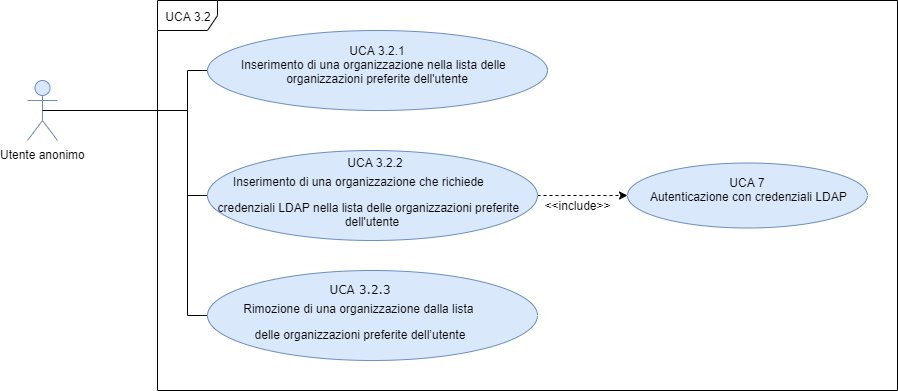
Above: DocumentazioneEsterna/AnalisiRequisiti/sezioni/UseCase/Immagini/UCA3.2.png in qb-team/Stalker-Documentazione (draw.io), before the change. Source tidied: cells renumbered, new cells last; positions are measured from the earlier drawing's top-left corner, leaving out a move shared by most shapes.
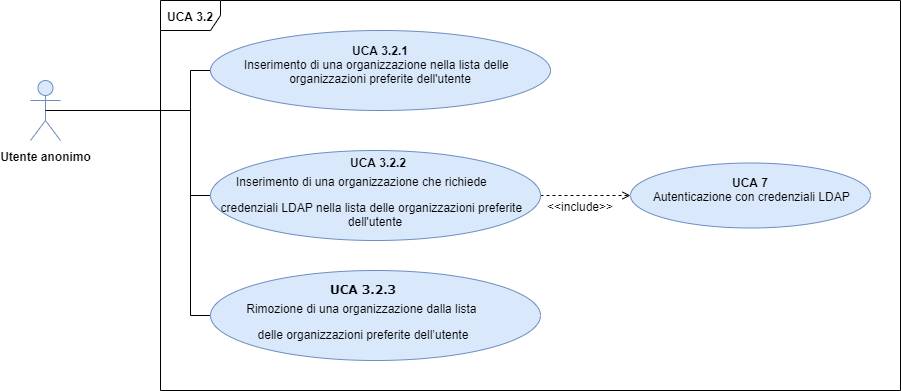
The same diagram one commit later.

What changed in the source:
```diff
@@ -2,10 +2,10 @@
   <root>
     <mxCell id="0" />
     <mxCell id="1" parent="0" />
-    <mxCell id="2" value="UCA 3.2" style="shape=umlFrame;whiteSpace=wrap;html=1;fontSize=12;" parent="1" vertex="1">
+    <mxCell id="2" value="&lt;b&gt;UCA 3.2&lt;/b&gt;" style="shape=umlFrame;whiteSpace=wrap;html=1;fontSize=12;" parent="1" vertex="1">
       <mxGeometry x="130" width="740" height="390" as="geometry" />
     </mxCell>
-    <mxCell id="3" value="Utente anonimo" style="shape=umlActor;verticalLabelPosition=bottom;labelBackgroundColor=#ffffff;verticalAlign=top;html=1;outlineConnect=0;fillColor=#dae8fc;strokeColor=#6c8ebf;fontSize=12;" parent="1" vertex="1">
+    <mxCell id="3" value="&lt;b&gt;Utente anonimo&lt;/b&gt;" style="shape=umlActor;verticalLabelPosition=bottom;labelBackgroundColor=#ffffff;verticalAlign=top;html=1;outlineConnect=0;fillColor=#dae8fc;strokeColor=#6c8ebf;fontSize=12;" parent="1" vertex="1">
       <mxGeometry y="80" width="30" height="60" as="geometry" />
     </mxCell>
     <mxCell id="4" style="edgeStyle=orthogonalEdgeStyle;rounded=0;jettySize=auto;html=1;exitX=0;exitY=0.5;exitDx=0;exitDy=0;endArrow=none;endFill=0;fontSize=12;" parent="1" edge="1" source="5">
@@ -17,7 +17,7 @@
         </Array>
       </mxGeometry>
     </mxCell>
-    <mxCell id="5" value="&lt;div style=&quot;font-size: 12px&quot;&gt;&lt;font style=&quot;font-size: 12px&quot;&gt;&lt;span style=&quot;font-size: 12px&quot;&gt;UCA 3.2.1&lt;/span&gt;&lt;/font&gt;&lt;/div&gt;&lt;div style=&quot;text-indent: -24px&quot;&gt;&amp;nbsp; &amp;nbsp; &amp;nbsp;Inserimento di una organizzazione nella lista delle organizzazioni preferite dell'utente&lt;br&gt;&lt;/div&gt;&lt;p class=&quot;MsoListParagraph&quot; style=&quot;text-indent: -18pt ; font-size: 12px&quot;&gt;&lt;/p&gt;" style="ellipse;whiteSpace=wrap;html=1;fillColor=#dae8fc;strokeColor=#6c8ebf;fontSize=12;" parent="1" vertex="1">
+    <mxCell id="5" value="&lt;div style=&quot;font-size: 12px&quot;&gt;&lt;font style=&quot;font-size: 12px&quot;&gt;&lt;span style=&quot;font-size: 12px&quot;&gt;&lt;b&gt;UCA 3.2.1&lt;/b&gt;&lt;/span&gt;&lt;/font&gt;&lt;/div&gt;&lt;div style=&quot;text-indent: -24px&quot;&gt;&amp;nbsp; &amp;nbsp; &amp;nbsp;Inserimento di una organizzazione nella lista delle organizzazioni preferite dell'utente&lt;br&gt;&lt;/div&gt;&lt;p class=&quot;MsoListParagraph&quot; style=&quot;text-indent: -18pt ; font-size: 12px&quot;&gt;&lt;/p&gt;" style="ellipse;whiteSpace=wrap;html=1;fillColor=#dae8fc;strokeColor=#6c8ebf;fontSize=12;" parent="1" vertex="1">
       <mxGeometry x="180" y="30" width="340" height="80" as="geometry" />
     </mxCell>
     <mxCell id="6" style="edgeStyle=orthogonalEdgeStyle;rounded=0;jettySize=auto;html=1;exitX=0;exitY=0.5;exitDx=0;exitDy=0;endArrow=none;endFill=0;fontSize=12;entryX=0.5;entryY=0.5;entryDx=0;entryDy=0;entryPerimeter=0;" parent="1" edge="1" source="8" target="3">
@@ -28,10 +28,10 @@
         </Array>
       </mxGeometry>
     </mxCell>
-    <mxCell id="7" style="edgeStyle=orthogonalEdgeStyle;rounded=0;jettySize=auto;html=1;entryX=0;entryY=0.5;entryDx=0;entryDy=0;endArrow=classic;endFill=1;dashed=1;exitX=1;exitY=0.5;exitDx=0;exitDy=0;" parent="1" edge="1" source="8" target="11">
+    <mxCell id="7" style="edgeStyle=orthogonalEdgeStyle;rounded=0;jettySize=auto;html=1;entryX=0;entryY=0.5;entryDx=0;entryDy=0;endArrow=open;endFill=0;dashed=1;exitX=1;exitY=0.5;exitDx=0;exitDy=0;" parent="1" edge="1" source="8" target="11">
       <mxGeometry relative="1" as="geometry" />
     </mxCell>
-    <mxCell id="8" value="&lt;p class=&quot;MsoListParagraph&quot; style=&quot;text-indent: -18pt ; line-height: 0%&quot;&gt;&amp;nbsp; &amp;nbsp; &amp;nbsp; &amp;nbsp; &amp;nbsp; UCA 3.2.2&amp;nbsp;&lt;/p&gt;&lt;p class=&quot;MsoListParagraph&quot; style=&quot;text-indent: -18pt ; line-height: 120%&quot;&gt;Inserimento di una organizzazione che&amp;nbsp;&lt;span style=&quot;text-indent: -18pt&quot;&gt;richiede&amp;nbsp;&lt;/span&gt;&lt;/p&gt;&lt;p class=&quot;MsoListParagraph&quot; style=&quot;text-indent: -18pt ; line-height: 120%&quot;&gt;&lt;span style=&quot;text-indent: -18pt ; line-height: 50%&quot;&gt;&amp;nbsp; &amp;nbsp; &amp;nbsp;credenziali LDAP nella lista delle organizzazioni preferite dell'utente&lt;/span&gt;&lt;/p&gt;" style="ellipse;whiteSpace=wrap;html=1;fillColor=#dae8fc;strokeColor=#6c8ebf;fontSize=12;align=center;" parent="1" vertex="1">
+    <mxCell id="8" value="&lt;p class=&quot;MsoListParagraph&quot; style=&quot;text-indent: -18pt ; line-height: 0%&quot;&gt;&amp;nbsp; &amp;nbsp; &amp;nbsp; &amp;nbsp; &amp;nbsp; &lt;b&gt;UCA 3.2.2&amp;nbsp;&lt;/b&gt;&lt;/p&gt;&lt;p class=&quot;MsoListParagraph&quot; style=&quot;text-indent: -18pt ; line-height: 120%&quot;&gt;Inserimento di una organizzazione che&amp;nbsp;&lt;span style=&quot;text-indent: -18pt&quot;&gt;richiede&amp;nbsp;&lt;/span&gt;&lt;/p&gt;&lt;p class=&quot;MsoListParagraph&quot; style=&quot;text-indent: -18pt ; line-height: 120%&quot;&gt;&lt;span style=&quot;text-indent: -18pt ; line-height: 50%&quot;&gt;&amp;nbsp; &amp;nbsp; &amp;nbsp;credenziali LDAP nella lista delle organizzazioni preferite dell'utente&lt;/span&gt;&lt;/p&gt;" style="ellipse;whiteSpace=wrap;html=1;fillColor=#dae8fc;strokeColor=#6c8ebf;fontSize=12;align=center;" parent="1" vertex="1">
       <mxGeometry x="180" y="150" width="330" height="90" as="geometry" />
     </mxCell>
     <mxCell id="9" style="edgeStyle=orthogonalEdgeStyle;rounded=0;jettySize=auto;html=1;exitX=0;exitY=0.5;exitDx=0;exitDy=0;endArrow=none;endFill=0;" parent="1" edge="1" source="10">
@@ -39,10 +39,10 @@
         <mxPoint x="160" y="190" as="targetPoint" />
       </mxGeometry>
     </mxCell>
-    <mxCell id="10" value="&lt;p class=&quot;MsoListParagraph&quot; style=&quot;text-indent: -18pt ; font-size: 12px ; line-height: 0%&quot;&gt;&lt;span style=&quot;font-family: &amp;#34;verdana&amp;#34; ; text-indent: -18pt&quot;&gt;UCA 3.2.3&lt;/span&gt;&lt;br&gt;&lt;/p&gt;&lt;p class=&quot;MsoListParagraph&quot; style=&quot;text-indent: -18pt ; font-size: 12px&quot;&gt;&lt;span style=&quot;text-indent: -18pt ; line-height: 90%&quot;&gt;Rimozione di una organizzazione dalla&amp;nbsp;&lt;/span&gt;&lt;span&gt;lista&amp;nbsp;&lt;/span&gt;&lt;/p&gt;&lt;p class=&quot;MsoListParagraph&quot; style=&quot;text-indent: -18pt ; font-size: 12px&quot;&gt;&lt;span&gt;delle organizzazioni preferite&amp;nbsp;&lt;/span&gt;&lt;span style=&quot;text-indent: -18pt&quot;&gt;dell’utente&lt;/span&gt;&lt;/p&gt;" style="ellipse;whiteSpace=wrap;html=1;fillColor=#dae8fc;strokeColor=#6c8ebf;fontSize=12;align=center;" parent="1" vertex="1">
+    <mxCell id="10" value="&lt;p class=&quot;MsoListParagraph&quot; style=&quot;text-indent: -18pt ; font-size: 12px ; line-height: 0%&quot;&gt;&lt;span style=&quot;font-family: &amp;#34;verdana&amp;#34; ; text-indent: -18pt&quot;&gt;&lt;b&gt;UCA 3.2.3&lt;/b&gt;&lt;/span&gt;&lt;br&gt;&lt;/p&gt;&lt;p class=&quot;MsoListParagraph&quot; style=&quot;text-indent: -18pt ; font-size: 12px&quot;&gt;&lt;span style=&quot;text-indent: -18pt ; line-height: 90%&quot;&gt;Rimozione di una organizzazione dalla&amp;nbsp;&lt;/span&gt;&lt;span&gt;lista&amp;nbsp;&lt;/span&gt;&lt;/p&gt;&lt;p class=&quot;MsoListParagraph&quot; style=&quot;text-indent: -18pt ; font-size: 12px&quot;&gt;&lt;span&gt;delle organizzazioni preferite&amp;nbsp;&lt;/span&gt;&lt;span style=&quot;text-indent: -18pt&quot;&gt;dell’utente&lt;/span&gt;&lt;/p&gt;" style="ellipse;whiteSpace=wrap;html=1;fillColor=#dae8fc;strokeColor=#6c8ebf;fontSize=12;align=center;" parent="1" vertex="1">
       <mxGeometry x="180" y="270" width="330" height="90" as="geometry" />
     </mxCell>
-    <mxCell id="11" value="&lt;div style=&quot;font-size: 12px&quot;&gt;UCA 7&lt;/div&gt;&lt;div style=&quot;font-size: 12px&quot;&gt;&amp;nbsp;Autenticazione con credenziali LDAP&lt;/div&gt;&lt;p class=&quot;MsoListParagraph&quot; style=&quot;text-indent: -18pt ; font-size: 12px&quot;&gt;&lt;/p&gt;" style="ellipse;whiteSpace=wrap;html=1;fillColor=#dae8fc;strokeColor=#6c8ebf;fontSize=12;" parent="1" vertex="1">
+    <mxCell id="11" value="&lt;div style=&quot;font-size: 12px&quot;&gt;&lt;b&gt;UCA 7&lt;/b&gt;&lt;/div&gt;&lt;div style=&quot;font-size: 12px&quot;&gt;&amp;nbsp;Autenticazione con credenziali LDAP&lt;/div&gt;&lt;p class=&quot;MsoListParagraph&quot; style=&quot;text-indent: -18pt ; font-size: 12px&quot;&gt;&lt;/p&gt;" style="ellipse;whiteSpace=wrap;html=1;fillColor=#dae8fc;strokeColor=#6c8ebf;fontSize=12;" parent="1" vertex="1">
       <mxGeometry x="600" y="162.5" width="240" height="65" as="geometry" />
     </mxCell>
     <mxCell id="12" value="&amp;lt;&amp;lt;include&amp;gt;&amp;gt;" style="text;html=1;strokeColor=none;fillColor=none;align=center;verticalAlign=middle;whiteSpace=wrap;rounded=0;" parent="1" vertex="1">
```
